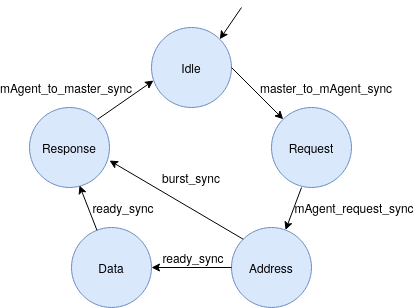
The draw.io diagram figs/ESL/mAgent_burstesl.png in Ovsthus/hovsthus_thesis, before a commit. Source tidied: cells renumbered, new cells last; positions are measured from the earlier drawing's top-left corner, leaving out a move shared by most shapes. Its diagram source:
```xml
<mxGraphModel>
  <root>
    <mxCell id="0" />
    <mxCell id="1" parent="0" />
    <mxCell id="2" value="Idle " style="ellipse;whiteSpace=wrap;html=1;fillColor=#dae8fc;strokeColor=#6c8ebf;" parent="1" vertex="1">
      <mxGeometry x="122" y="20" width="80" height="80" as="geometry" />
    </mxCell>
    <mxCell id="3" value="Request " style="ellipse;whiteSpace=wrap;html=1;fillColor=#dae8fc;strokeColor=#6c8ebf;" parent="1" vertex="1">
      <mxGeometry x="242" y="100" width="80" height="80" as="geometry" />
    </mxCell>
    <mxCell id="4" value="&lt;div&gt;Address &lt;br&gt;&lt;/div&gt;" style="ellipse;whiteSpace=wrap;html=1;fillColor=#dae8fc;strokeColor=#6c8ebf;" parent="1" vertex="1">
      <mxGeometry x="202" y="220" width="80" height="80" as="geometry" />
    </mxCell>
    <mxCell id="5" value="Data " style="ellipse;whiteSpace=wrap;html=1;fillColor=#dae8fc;strokeColor=#6c8ebf;" parent="1" vertex="1">
      <mxGeometry x="42" y="220" width="80" height="80" as="geometry" />
    </mxCell>
    <mxCell id="6" value="&lt;div&gt;Response&lt;/div&gt;" style="ellipse;whiteSpace=wrap;html=1;fillColor=#dae8fc;strokeColor=#6c8ebf;" parent="1" vertex="1">
      <mxGeometry y="100" width="80" height="80" as="geometry" />
    </mxCell>
    <mxCell id="7" style="endArrow=classic;html=1;exitX=1;exitY=0.5;exitDx=0;exitDy=0;entryX=0;entryY=0;entryDx=0;entryDy=0;" parent="1" edge="1" source="2" target="3">
      <mxGeometry relative="1" as="geometry" />
    </mxCell>
    <mxCell id="8" style="endArrow=classic;html=1;exitX=0.375;exitY=1;exitDx=0;exitDy=0;exitPerimeter=0;" parent="1" edge="1" source="3" target="4">
      <mxGeometry relative="1" as="geometry" />
    </mxCell>
    <mxCell id="9" style="endArrow=classic;html=1;exitX=0;exitY=0.5;exitDx=0;exitDy=0;entryX=1;entryY=0.5;entryDx=0;entryDy=0;" parent="1" edge="1" source="4" target="5">
      <mxGeometry relative="1" as="geometry" />
    </mxCell>
    <mxCell id="10" style="endArrow=classic;html=1;entryX=0.625;entryY=0.975;entryDx=0;entryDy=0;entryPerimeter=0;" parent="1" edge="1" source="5" target="6">
      <mxGeometry relative="1" as="geometry" />
    </mxCell>
    <mxCell id="11" style="endArrow=classic;html=1;exitX=1;exitY=0;exitDx=0;exitDy=0;entryX=0.025;entryY=0.663;entryDx=0;entryDy=0;entryPerimeter=0;" parent="1" edge="1" source="6" target="2">
      <mxGeometry relative="1" as="geometry" />
    </mxCell>
    <mxCell id="12" value="master_to_mAgent_sync" style="text;html=1;strokeColor=none;fillColor=none;align=center;verticalAlign=middle;whiteSpace=wrap;rounded=0;" parent="1" vertex="1">
      <mxGeometry x="242" y="70" width="110" height="20" as="geometry" />
    </mxCell>
    <mxCell id="13" value="mAgent_request_sync" style="text;html=1;strokeColor=none;fillColor=none;align=center;verticalAlign=middle;whiteSpace=wrap;rounded=0;" parent="1" vertex="1">
      <mxGeometry x="280" y="190" width="90" height="20" as="geometry" />
    </mxCell>
    <mxCell id="14" value="ready_sync" style="text;html=1;strokeColor=none;fillColor=none;align=center;verticalAlign=middle;whiteSpace=wrap;rounded=0;" parent="1" vertex="1">
      <mxGeometry x="144" y="240" width="40" height="20" as="geometry" />
    </mxCell>
    <mxCell id="15" value="ready_sync" style="text;html=1;strokeColor=none;fillColor=none;align=center;verticalAlign=middle;whiteSpace=wrap;rounded=0;" parent="1" vertex="1">
      <mxGeometry x="72" y="190" width="44" height="20" as="geometry" />
    </mxCell>
    <mxCell id="16" value="&lt;div&gt;mAgent_to_master_sync&lt;/div&gt;" style="text;html=1;strokeColor=none;fillColor=none;align=center;verticalAlign=middle;whiteSpace=wrap;rounded=0;" parent="1" vertex="1">
      <mxGeometry x="9" y="70" width="56" height="20" as="geometry" />
    </mxCell>
    <mxCell id="17" style="endArrow=classic;html=1;entryX=1;entryY=0;entryDx=0;entryDy=0;" parent="1" edge="1" target="2">
      <mxGeometry relative="1" as="geometry">
        <mxPoint x="212" as="sourcePoint" />
      </mxGeometry>
    </mxCell>
    <mxCell id="18" style="endArrow=classic;html=1;exitX=0;exitY=0;exitDx=0;exitDy=0;entryX=1;entryY=0.663;entryDx=0;entryDy=0;entryPerimeter=0;" parent="1" edge="1" source="4" target="6">
      <mxGeometry relative="1" as="geometry" />
    </mxCell>
    <mxCell id="19" value="burst_sync" style="text;html=1;strokeColor=none;fillColor=none;align=center;verticalAlign=middle;whiteSpace=wrap;rounded=0;" parent="1" vertex="1">
      <mxGeometry x="142" y="160" width="40" height="20" as="geometry" />
    </mxCell>
  </root>
</mxGraphModel>
```
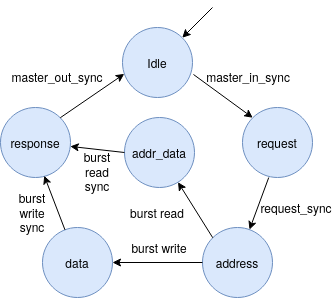
After the change.

What changed in the source:
```diff
@@ -3,21 +3,21 @@
     <mxCell id="0" />
     <mxCell id="1" parent="0" />
     <mxCell id="2" value="Idle " style="ellipse;whiteSpace=wrap;html=1;fillColor=#dae8fc;strokeColor=#6c8ebf;" parent="1" vertex="1">
-      <mxGeometry x="122" y="20" width="80" height="80" as="geometry" />
+      <mxGeometry x="122" y="20" width="70" height="70" as="geometry" />
     </mxCell>
-    <mxCell id="3" value="Request " style="ellipse;whiteSpace=wrap;html=1;fillColor=#dae8fc;strokeColor=#6c8ebf;" parent="1" vertex="1">
-      <mxGeometry x="242" y="100" width="80" height="80" as="geometry" />
+    <mxCell id="3" value="request " style="ellipse;whiteSpace=wrap;html=1;fillColor=#dae8fc;strokeColor=#6c8ebf;" parent="1" vertex="1">
+      <mxGeometry x="242" y="100" width="70" height="70" as="geometry" />
     </mxCell>
-    <mxCell id="4" value="&lt;div&gt;Address &lt;br&gt;&lt;/div&gt;" style="ellipse;whiteSpace=wrap;html=1;fillColor=#dae8fc;strokeColor=#6c8ebf;" parent="1" vertex="1">
-      <mxGeometry x="202" y="220" width="80" height="80" as="geometry" />
+    <mxCell id="4" value="&lt;div&gt;address &lt;br&gt;&lt;/div&gt;" style="ellipse;whiteSpace=wrap;html=1;fillColor=#dae8fc;strokeColor=#6c8ebf;" parent="1" vertex="1">
+      <mxGeometry x="202" y="220" width="70" height="70" as="geometry" />
     </mxCell>
-    <mxCell id="5" value="Data " style="ellipse;whiteSpace=wrap;html=1;fillColor=#dae8fc;strokeColor=#6c8ebf;" parent="1" vertex="1">
-      <mxGeometry x="42" y="220" width="80" height="80" as="geometry" />
+    <mxCell id="5" value="data " style="ellipse;whiteSpace=wrap;html=1;fillColor=#dae8fc;strokeColor=#6c8ebf;" parent="1" vertex="1">
+      <mxGeometry x="42" y="220" width="70" height="70" as="geometry" />
     </mxCell>
-    <mxCell id="6" value="&lt;div&gt;Response&lt;/div&gt;" style="ellipse;whiteSpace=wrap;html=1;fillColor=#dae8fc;strokeColor=#6c8ebf;" parent="1" vertex="1">
-      <mxGeometry y="100" width="80" height="80" as="geometry" />
+    <mxCell id="6" value="&lt;div&gt;response&lt;/div&gt;" style="ellipse;whiteSpace=wrap;html=1;fillColor=#dae8fc;strokeColor=#6c8ebf;" parent="1" vertex="1">
+      <mxGeometry y="100" width="70" height="70" as="geometry" />
     </mxCell>
-    <mxCell id="7" style="endArrow=classic;html=1;exitX=1;exitY=0.5;exitDx=0;exitDy=0;entryX=0;entryY=0;entryDx=0;entryDy=0;" parent="1" edge="1" source="2" target="3">
+    <mxCell id="7" style="endArrow=classic;html=1;entryX=0;entryY=0;entryDx=0;entryDy=0;exitX=1.014;exitY=0.671;exitDx=0;exitDy=0;exitPerimeter=0;" parent="1" edge="1" source="2" target="3">
       <mxGeometry relative="1" as="geometry" />
     </mxCell>
     <mxCell id="8" style="endArrow=classic;html=1;exitX=0.375;exitY=1;exitDx=0;exitDy=0;exitPerimeter=0;" parent="1" edge="1" source="3" target="4">
@@ -32,31 +32,40 @@
     <mxCell id="11" style="endArrow=classic;html=1;exitX=1;exitY=0;exitDx=0;exitDy=0;entryX=0.025;entryY=0.663;entryDx=0;entryDy=0;entryPerimeter=0;" parent="1" edge="1" source="6" target="2">
       <mxGeometry relative="1" as="geometry" />
     </mxCell>
-    <mxCell id="12" value="master_to_mAgent_sync" style="text;html=1;strokeColor=none;fillColor=none;align=center;verticalAlign=middle;whiteSpace=wrap;rounded=0;" parent="1" vertex="1">
-      <mxGeometry x="242" y="70" width="110" height="20" as="geometry" />
-    </mxCell>
-    <mxCell id="13" value="mAgent_request_sync" style="text;html=1;strokeColor=none;fillColor=none;align=center;verticalAlign=middle;whiteSpace=wrap;rounded=0;" parent="1" vertex="1">
-      <mxGeometry x="280" y="190" width="90" height="20" as="geometry" />
-    </mxCell>
-    <mxCell id="14" value="ready_sync" style="text;html=1;strokeColor=none;fillColor=none;align=center;verticalAlign=middle;whiteSpace=wrap;rounded=0;" parent="1" vertex="1">
-      <mxGeometry x="144" y="240" width="40" height="20" as="geometry" />
-    </mxCell>
-    <mxCell id="15" value="ready_sync" style="text;html=1;strokeColor=none;fillColor=none;align=center;verticalAlign=middle;whiteSpace=wrap;rounded=0;" parent="1" vertex="1">
-      <mxGeometry x="72" y="190" width="44" height="20" as="geometry" />
-    </mxCell>
-    <mxCell id="16" value="&lt;div&gt;mAgent_to_master_sync&lt;/div&gt;" style="text;html=1;strokeColor=none;fillColor=none;align=center;verticalAlign=middle;whiteSpace=wrap;rounded=0;" parent="1" vertex="1">
-      <mxGeometry x="9" y="70" width="56" height="20" as="geometry" />
-    </mxCell>
     <mxCell id="17" style="endArrow=classic;html=1;entryX=1;entryY=0;entryDx=0;entryDy=0;" parent="1" edge="1" target="2">
       <mxGeometry relative="1" as="geometry">
         <mxPoint x="212" as="sourcePoint" />
       </mxGeometry>
     </mxCell>
-    <mxCell id="18" style="endArrow=classic;html=1;exitX=0;exitY=0;exitDx=0;exitDy=0;entryX=1;entryY=0.663;entryDx=0;entryDy=0;entryPerimeter=0;" parent="1" edge="1" source="4" target="6">
-      <mxGeometry relative="1" as="geometry" />
-    </mxCell>
-    <mxCell id="19" value="burst_sync" style="text;html=1;strokeColor=none;fillColor=none;align=center;verticalAlign=middle;whiteSpace=wrap;rounded=0;" parent="1" vertex="1">
-      <mxGeometry x="142" y="160" width="40" height="20" as="geometry" />
-    </mxCell>
+    <mxCell id="20" value="addr_data" style="ellipse;whiteSpace=wrap;html=1;fillColor=#dae8fc;strokeColor=#6c8ebf;" parent="1" vertex="1">
+      <mxGeometry x="124" y="110" width="70" height="70" as="geometry" />
+    </mxCell>
+    <mxCell id="21" style="endArrow=classic;html=1;exitX=0;exitY=0;exitDx=0;exitDy=0;" parent="1" edge="1" source="4" target="20">
+      <mxGeometry relative="1" as="geometry" />
+    </mxCell>
+    <mxCell id="22" style="endArrow=classic;html=1;exitX=0;exitY=0.5;exitDx=0;exitDy=0;" parent="1" edge="1" source="20" target="6">
+      <mxGeometry relative="1" as="geometry" />
+    </mxCell>
+    <mxCell id="23" value="&lt;div&gt;burst read&lt;/div&gt;" style="text;html=1;strokeColor=none;fillColor=none;align=center;verticalAlign=middle;whiteSpace=wrap;rounded=0;" parent="1" vertex="1">
+      <mxGeometry x="122" y="195" width="70" height="20" as="geometry" />
+    </mxCell>
+    <mxCell id="24" value="burst write" style="text;html=1;strokeColor=none;fillColor=none;align=center;verticalAlign=middle;whiteSpace=wrap;rounded=0;" parent="1" vertex="1">
+      <mxGeometry x="129" y="230" width="60" height="20" as="geometry" />
+    </mxCell>
+    <mxCell id="25" value="burst read sync" style="text;html=1;strokeColor=none;fillColor=none;align=center;verticalAlign=middle;whiteSpace=wrap;rounded=0;" parent="1" vertex="1">
+      <mxGeometry x="77" y="154" width="40" height="20" as="geometry" />
+    </mxCell>
+    <mxCell id="26" value="burst write sync" style="text;html=1;strokeColor=none;fillColor=none;align=center;verticalAlign=middle;whiteSpace=wrap;rounded=0;" parent="1" vertex="1">
+      <mxGeometry x="12" y="195" width="40" height="20" as="geometry" />
+    </mxCell>
+    <mxCell id="27" value="request_sync" style="text;html=1;strokeColor=none;fillColor=none;align=center;verticalAlign=middle;whiteSpace=wrap;rounded=0;" parent="1" vertex="1">
+      <mxGeometry x="276" y="190" width="40" height="20" as="geometry" />
+    </mxCell>
+    <mxCell id="28" value="master_in_sync" style="text;html=1;strokeColor=none;fillColor=none;align=center;verticalAlign=middle;whiteSpace=wrap;rounded=0;" parent="1" vertex="1">
+      <mxGeometry x="208" y="59" width="80" height="20" as="geometry" />
+    </mxCell>
+    <mxCell id="29" value="master_out_sync" style="text;html=1;strokeColor=none;fillColor=none;align=center;verticalAlign=middle;whiteSpace=wrap;rounded=0;" parent="1" vertex="1">
+      <mxGeometry x="37" y="59" width="40" height="20" as="geometry" />
+    </mxCell>
   </root>
 </mxGraphModel>
```
